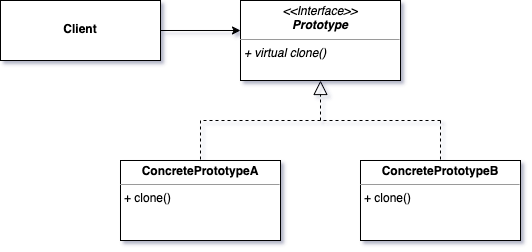
Earlier version of the draw.io export img/prototype.png (cmbrandt/cxx-fundamentals). Source tidied: cells renumbered, new cells last; positions are measured from the earlier drawing's top-left corner, leaving out a move shared by most shapes.
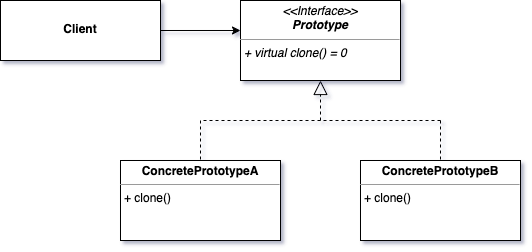
The same diagram one commit later.

Change to the diagram source:
```diff
@@ -35,7 +35,7 @@
         <mxPoint x="200" y="120" as="targetPoint" />
       </mxGeometry>
     </mxCell>
-    <mxCell id="9" value="&lt;p style=&quot;margin:0px;margin-top:4px;text-align:center;&quot;&gt;&lt;i&gt;&amp;lt;&amp;lt;Interface&amp;gt;&amp;gt;&lt;/i&gt;&lt;br&gt;&lt;b&gt;&lt;i&gt;Prototype&lt;/i&gt;&lt;/b&gt;&lt;/p&gt;&lt;hr size=&quot;1&quot;&gt;&lt;p style=&quot;margin:0px;margin-left:4px;&quot;&gt;&lt;/p&gt;&lt;p style=&quot;margin:0px;margin-left:4px;&quot;&gt;&lt;i&gt;+ virtual clone()&lt;br&gt;&lt;/i&gt;&lt;br&gt;&lt;/p&gt;" style="verticalAlign=top;align=left;overflow=fill;fontSize=12;fontFamily=Helvetica;html=1;whiteSpace=wrap;labelBackgroundColor=none;" parent="1" vertex="1">
+    <mxCell id="9" value="&lt;p style=&quot;margin:0px;margin-top:4px;text-align:center;&quot;&gt;&lt;i&gt;&amp;lt;&amp;lt;Interface&amp;gt;&amp;gt;&lt;/i&gt;&lt;br&gt;&lt;b&gt;&lt;i&gt;Prototype&lt;/i&gt;&lt;/b&gt;&lt;/p&gt;&lt;hr size=&quot;1&quot;&gt;&lt;p style=&quot;margin:0px;margin-left:4px;&quot;&gt;&lt;/p&gt;&lt;p style=&quot;margin:0px;margin-left:4px;&quot;&gt;&lt;i&gt;+ virtual clone() = 0&lt;br&gt;&lt;/i&gt;&lt;br&gt;&lt;/p&gt;" style="verticalAlign=top;align=left;overflow=fill;fontSize=12;fontFamily=Helvetica;html=1;whiteSpace=wrap;labelBackgroundColor=none;" parent="1" vertex="1">
       <mxGeometry x="240" width="160" height="80" as="geometry" />
     </mxCell>
     <mxCell id="10" style="endArrow=block;dashed=1;endFill=0;endSize=12;html=1;rounded=0;entryX=0.5;entryY=1;entryDx=0;entryDy=0;labelBackgroundColor=none;fontColor=default;" parent="1" edge="1" target="9">
```
